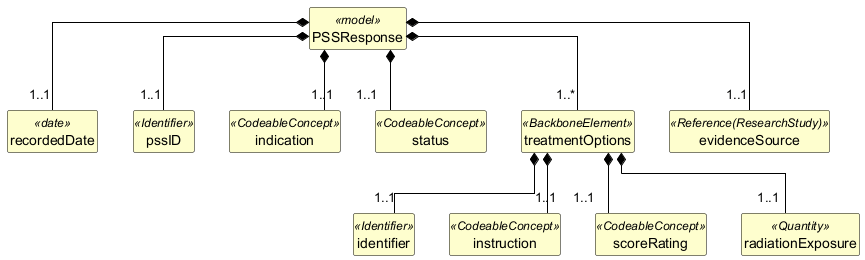
The PlantUML diagram exports/diagrams/PSSResponse-uml.png in caresets/caresets-src, before a commit.
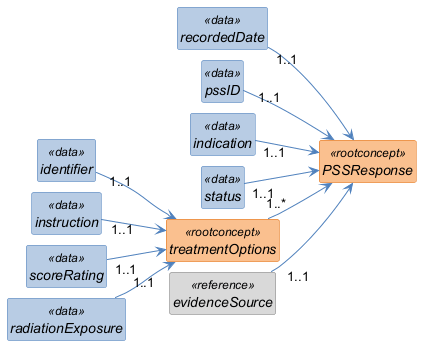
Later version of the same file.

What changed in the source:
```diff
@@ -1,58 +1,65 @@
 @startuml
+left to right direction
 skinparam shadowing false
+skinparam nodesep 10
+skinparam ranksep 40
 skinparam classAttributeIconSize 0
-skinparam linetype ortho
 skinparam class {
-  BackgroundColor #FEFECE
-  BorderColor #000000
-  ArrowColor #000000
-  FontStyle bold
-  AttributeFontStyle normal
+  FontStyle italic
+  BackgroundColor<<rootconcept>> #FAC08F
+  BorderColor<<rootconcept>> #E36C0A
+  BackgroundColor<<data>> #B8CCE4
+  BorderColor<<data>> #4F81BD
+  BackgroundColor<<reference>> #D9D9D9
+  BorderColor<<reference>> #808080
+  BackgroundColor<<value set>> #C3D69B
+  BorderColor<<value set>> #77933C
+  ArrowColor #4F81BD
 }
 hide circle
 hide empty members
 
-class "PSSResponse" as PSSResponse <<model>> {
+class "PSSResponse" as PSSResponse <<rootconcept>> {
 }
 
-class "recordedDate" as PSSResponse_recordedDate <<date>> {
+class "recordedDate" as PSSResponse_recordedDate <<data>> {
 }
 
-class "pssID" as PSSResponse_pssID <<Identifier>> {
+class "pssID" as PSSResponse_pssID <<data>> {
 }
 
-class "indication" as PSSResponse_indication <<CodeableConcept>> {
+class "indication" as PSSResponse_indication <<data>> {
 }
 
-class "status" as PSSResponse_status <<CodeableConcept>> {
+class "status" as PSSResponse_status <<data>> {
 }
 
-class "treatmentOptions" as PSSResponse_treatmentOptions <<BackboneElement>> {
+class "treatmentOptions" as PSSResponse_treatmentOptions <<rootconcept>> {
 }
 
-class "identifier" as PSSResponse_treatmentOptions_identifier <<Identifier>> {
+class "identifier" as PSSResponse_treatmentOptions_identifier <<data>> {
 }
 
-class "instruction" as PSSResponse_treatmentOptions_instruction <<CodeableConcept>> {
+class "instruction" as PSSResponse_treatmentOptions_instruction <<data>> {
 }
 
-class "scoreRating" as PSSResponse_treatmentOptions_scoreRating <<CodeableConcept>> {
+class "scoreRating" as PSSResponse_treatmentOptions_scoreRating <<data>> {
 }
 
-class "radiationExposure" as PSSResponse_treatmentOptions_radiationExposure <<Quantity>> {
+class "radiationExposure" as PSSResponse_treatmentOptions_radiationExposure <<data>> {
 }
 
-class "evidenceSource" as PSSResponse_evidenceSource <<Reference(ResearchStudy)>> {
+class "evidenceSource" as PSSResponse_evidenceSource <<reference>> {
 }
 
-PSSResponse *-- "1..1" PSSResponse_recordedDate
-PSSResponse *-- "1..1" PSSResponse_pssID
-PSSResponse *-- "1..1" PSSResponse_indication
-PSSResponse *-- "1..1" PSSResponse_status
-PSSResponse *-- "1..*" PSSResponse_treatmentOptions
-PSSResponse_treatmentOptions *-- "1..1" PSSResponse_treatmentOptions_identifier
-PSSResponse_treatmentOptions *-- "1..1" PSSResponse_treatmentOptions_instruction
-PSSResponse_treatmentOptions *-- "1..1" PSSResponse_treatmentOptions_scoreRating
-PSSResponse_treatmentOptions *-- "1..1" PSSResponse_treatmentOptions_radiationExposure
-PSSResponse *-- "1..1" PSSResponse_evidenceSource
+PSSResponse_recordedDate "1..1" --> PSSResponse
+PSSResponse_pssID "1..1" --> PSSResponse
+PSSResponse_indication "1..1" --> PSSResponse
+PSSResponse_status "1..1" --> PSSResponse
+PSSResponse_treatmentOptions "1..*" --> PSSResponse
+PSSResponse_treatmentOptions_identifier "1..1" --> PSSResponse_treatmentOptions
+PSSResponse_treatmentOptions_instruction "1..1" --> PSSResponse_treatmentOptions
+PSSResponse_treatmentOptions_scoreRating "1..1" --> PSSResponse_treatmentOptions
+PSSResponse_treatmentOptions_radiationExposure "1..1" --> PSSResponse_treatmentOptions
+PSSResponse_evidenceSource "1..1" --> PSSResponse
 @enduml
```
